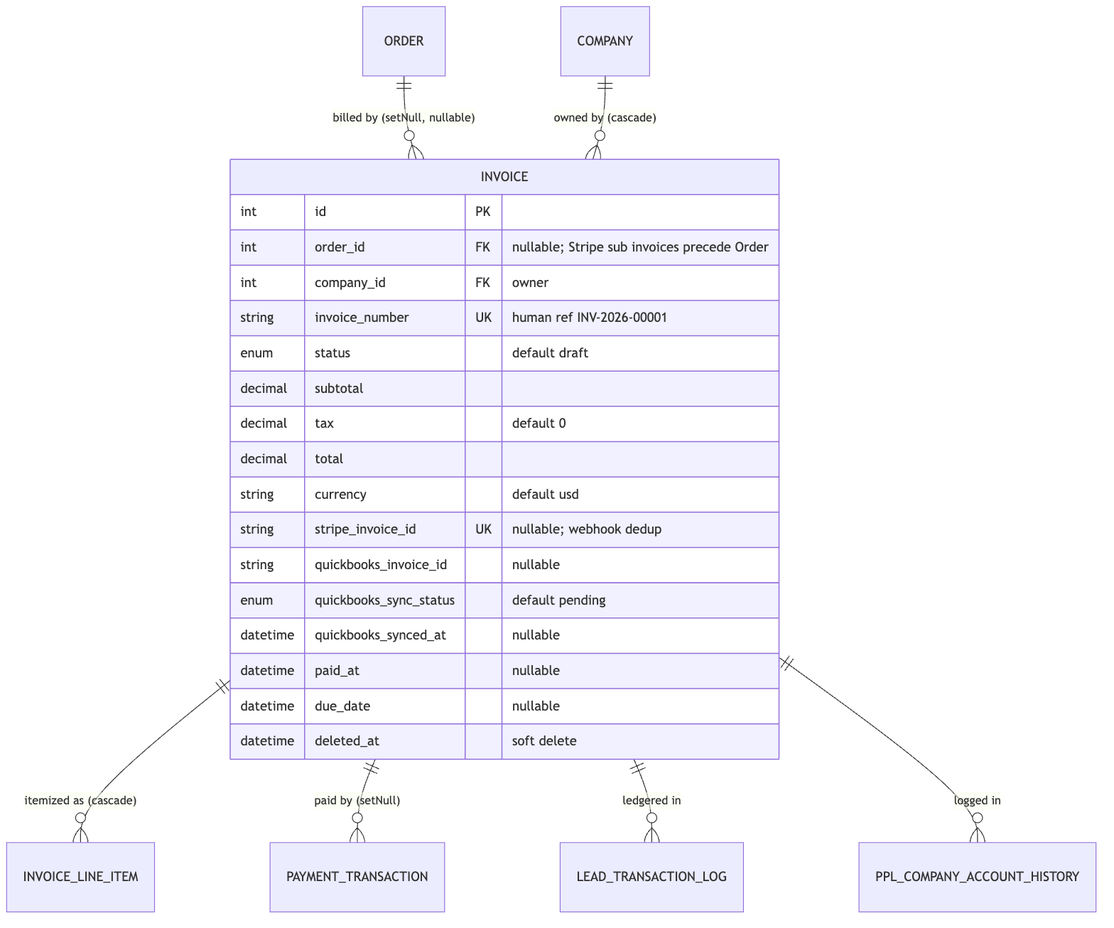
This is relationship/2-entities/schema/invoice.png from prantikUIPL/sbe-backend-workspace, a Mermaid export, as it was before one commit. Its source is kept beside it as relationship/2-entities/schema/invoice.mmd. Its diagram source:
```mermaid
erDiagram
    ORDER                ||--o{ INVOICE : "billed by (setNull, nullable)"
    COMPANY              ||--o{ INVOICE : "owned by (cascade)"
    INVOICE              ||--o{ INVOICE_LINE_ITEM : "itemized as (cascade)"
    INVOICE              ||--o{ PAYMENT_TRANSACTION : "paid by (setNull)"
    INVOICE              ||--o{ LEAD_TRANSACTION_LOG : "ledgered in"
    INVOICE              ||--o{ PPL_COMPANY_ACCOUNT_HISTORY : "logged in"

    INVOICE {
        int id PK
        int order_id FK "nullable; Stripe sub invoices precede Order"
        int company_id FK "owner"
        string invoice_number UK "human ref INV-2026-00001"
        enum status "default draft"
        decimal subtotal
        decimal tax "default 0"
        decimal total
        string currency "default usd"
        string stripe_invoice_id UK "nullable; webhook dedup"
        string quickbooks_invoice_id "nullable"
        enum quickbooks_sync_status "default pending"
        datetime quickbooks_synced_at "nullable"
        datetime paid_at "nullable"
        datetime due_date "nullable"
        datetime deleted_at "soft delete"
    }
```
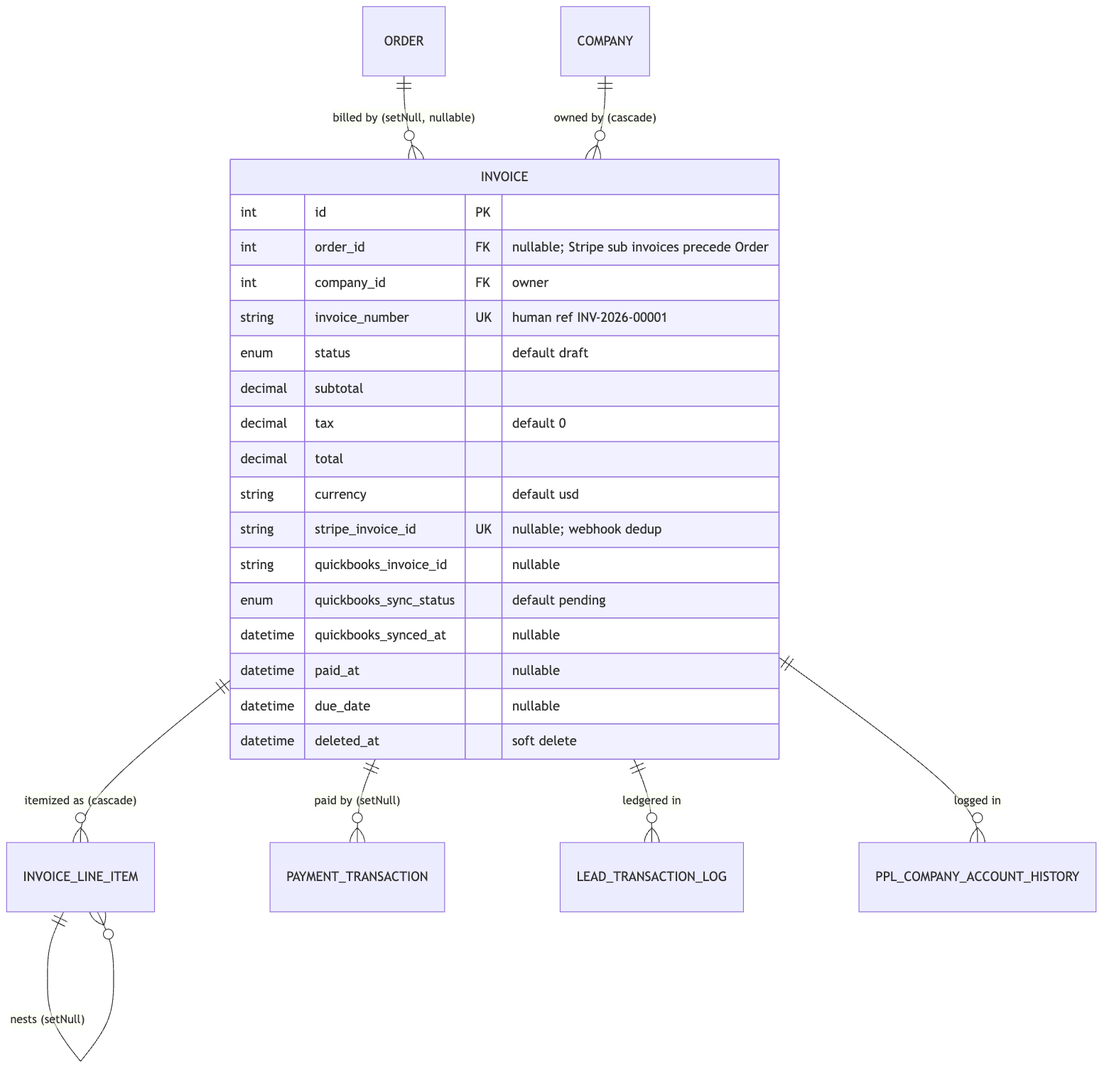
After the commit.

What changed in the source:
```diff
@@ -2,6 +2,7 @@
     ORDER                ||--o{ INVOICE : "billed by (setNull, nullable)"
     COMPANY              ||--o{ INVOICE : "owned by (cascade)"
     INVOICE              ||--o{ INVOICE_LINE_ITEM : "itemized as (cascade)"
+    INVOICE_LINE_ITEM    ||--o{ INVOICE_LINE_ITEM : "nests (setNull)"
     INVOICE              ||--o{ PAYMENT_TRANSACTION : "paid by (setNull)"
     INVOICE              ||--o{ LEAD_TRANSACTION_LOG : "ledgered in"
     INVOICE              ||--o{ PPL_COMPANY_ACCOUNT_HISTORY : "logged in"
```
